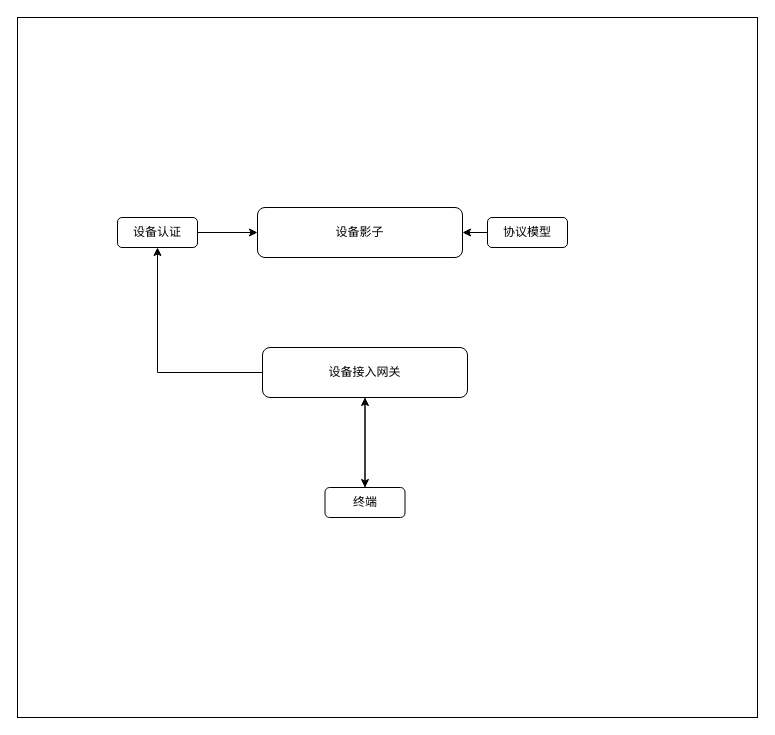
The draw.io diagram 未命名绘图.drawio in plqa124578/java-wu, before the edit. Source tidied: cells renumbered, new cells numbered last; positions are measured from the earlier drawing's top-left corner, leaving out a move shared by most shapes. Both pictures are drawn from the tidied source at 100%, with x=0, y=0 at pixel (17, 17).
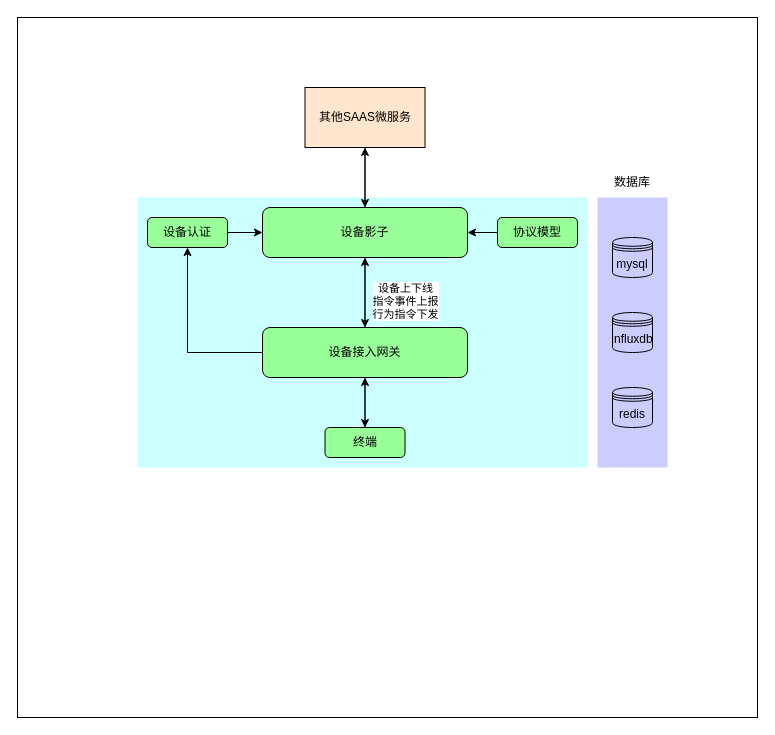
After the change.

What changed in the source:
```diff
@@
+    <mxCell id="20" style="rounded=0;whiteSpace=wrap;html=1;fillColor=#CCFFFF;strokeColor=none;" parent="1" vertex="1">
+      <mxGeometry x="120" y="180" width="450" height="270" as="geometry" />
+    </mxCell>
@@
-    <mxCell id="11" value="终端" style="rounded=1;whiteSpace=wrap;html=1;" parent="1" vertex="1">
-      <mxGeometry x="307.5" y="470" width="80" height="30" as="geometry" />
+    <mxCell id="11" value="终端" style="rounded=1;whiteSpace=wrap;html=1;fillColor=#99FF99;" parent="1" vertex="1">
+      <mxGeometry x="307.5" y="410" width="80" height="30" as="geometry" />
     </mxCell>
@@
+    <mxCell id="21" style="edgeStyle=orthogonalEdgeStyle;rounded=0;jettySize=auto;html=1;" parent="1" edge="1" source="14" target="17">
+      <mxGeometry relative="1" as="geometry" />
+    </mxCell>
-    <mxCell id="14" value="设备接入网关" style="rounded=1;whiteSpace=wrap;html=1;" parent="1" vertex="1">
-      <mxGeometry x="245" y="330" width="205" height="50" as="geometry" />
+    <mxCell id="14" value="设备接入网关" style="rounded=1;whiteSpace=wrap;html=1;fillColor=#99FF99;" parent="1" vertex="1">
+      <mxGeometry x="245" y="310" width="205" height="50" as="geometry" />
     </mxCell>
@@
-    <mxCell id="16" value="设备认证" style="rounded=1;whiteSpace=wrap;html=1;" parent="1" vertex="1">
-      <mxGeometry x="100" y="200" width="80" height="30" as="geometry" />
+    <mxCell id="16" value="设备认证" style="rounded=1;whiteSpace=wrap;html=1;fillColor=#99FF99;" parent="1" vertex="1">
+      <mxGeometry x="130" y="200" width="80" height="30" as="geometry" />
     </mxCell>
+    <mxCell id="22" style="edgeStyle=orthogonalEdgeStyle;rounded=0;jettySize=auto;html=1;" parent="1" edge="1" source="17" target="14">
+      <mxGeometry relative="1" as="geometry" />
+    </mxCell>
+    <mxCell id="23" value="设备上下线&lt;br&gt;指令事件上报&lt;br&gt;行为指令下发" style="edgeLabel;html=1;align=center;verticalAlign=middle;fillColor=#CCFFE6;" parent="22" vertex="1">
+      <mxGeometry x="-0.29" y="2" relative="1" as="geometry">
+        <mxPoint x="38" y="18" as="offset" />
+      </mxGeometry>
+    </mxCell>
+    <mxCell id="24" style="edgeStyle=orthogonalEdgeStyle;rounded=0;jettySize=auto;html=1;" parent="1" edge="1" source="17" target="31">
+      <mxGeometry relative="1" as="geometry" />
+    </mxCell>
-    <mxCell id="17" value="设备影子" style="rounded=1;whiteSpace=wrap;html=1;" parent="1" vertex="1">
-      <mxGeometry x="240" y="190" width="205" height="50" as="geometry" />
+    <mxCell id="17" value="设备影子" style="rounded=1;whiteSpace=wrap;html=1;fillColor=#99FF99;" parent="1" vertex="1">
+      <mxGeometry x="245" y="190" width="205" height="50" as="geometry" />
     </mxCell>
@@
-    <mxCell id="19" value="协议模型" style="rounded=1;whiteSpace=wrap;html=1;" parent="1" vertex="1">
-      <mxGeometry x="470" y="200" width="80" height="30" as="geometry" />
+    <mxCell id="19" value="协议模型" style="rounded=1;whiteSpace=wrap;html=1;fillColor=#99FF99;" parent="1" vertex="1">
+      <mxGeometry x="480" y="200" width="80" height="30" as="geometry" />
     </mxCell>
+    <mxCell id="25" style="rounded=0;whiteSpace=wrap;html=1;fillColor=#CCCCFF;strokeColor=none;" parent="1" vertex="1">
+      <mxGeometry x="580" y="180" width="70" height="270" as="geometry" />
+    </mxCell>
+    <mxCell id="26" value="数据库" style="text;html=1;strokeColor=none;fillColor=none;align=center;verticalAlign=middle;whiteSpace=wrap;rounded=0;" parent="1" vertex="1">
+      <mxGeometry x="585" y="150" width="60" height="30" as="geometry" />
+    </mxCell>
+    <mxCell id="27" value="mysql" style="shape=datastore;whiteSpace=wrap;html=1;fillColor=#CCCCFF;" parent="1" vertex="1">
+      <mxGeometry x="595" y="220" width="40" height="40" as="geometry" />
+    </mxCell>
+    <mxCell id="28" value="influxdb" style="shape=datastore;whiteSpace=wrap;html=1;fillColor=#CCCCFF;" parent="1" vertex="1">
+      <mxGeometry x="595" y="295" width="40" height="40" as="geometry" />
+    </mxCell>
+    <mxCell id="29" value="redis" style="shape=datastore;whiteSpace=wrap;html=1;fillColor=#CCCCFF;" parent="1" vertex="1">
+      <mxGeometry x="595" y="370" width="40" height="40" as="geometry" />
+    </mxCell>
+    <mxCell id="30" style="edgeStyle=orthogonalEdgeStyle;rounded=0;jettySize=auto;html=1;" parent="1" edge="1" source="31" target="17">
+      <mxGeometry relative="1" as="geometry" />
+    </mxCell>
+    <mxCell id="31" value="其他SAAS微服务" style="rounded=0;whiteSpace=wrap;html=1;fillColor=#FFE6CC;" parent="1" vertex="1">
+      <mxGeometry x="287.5" y="70" width="120" height="60" as="geometry" />
+    </mxCell>
```
